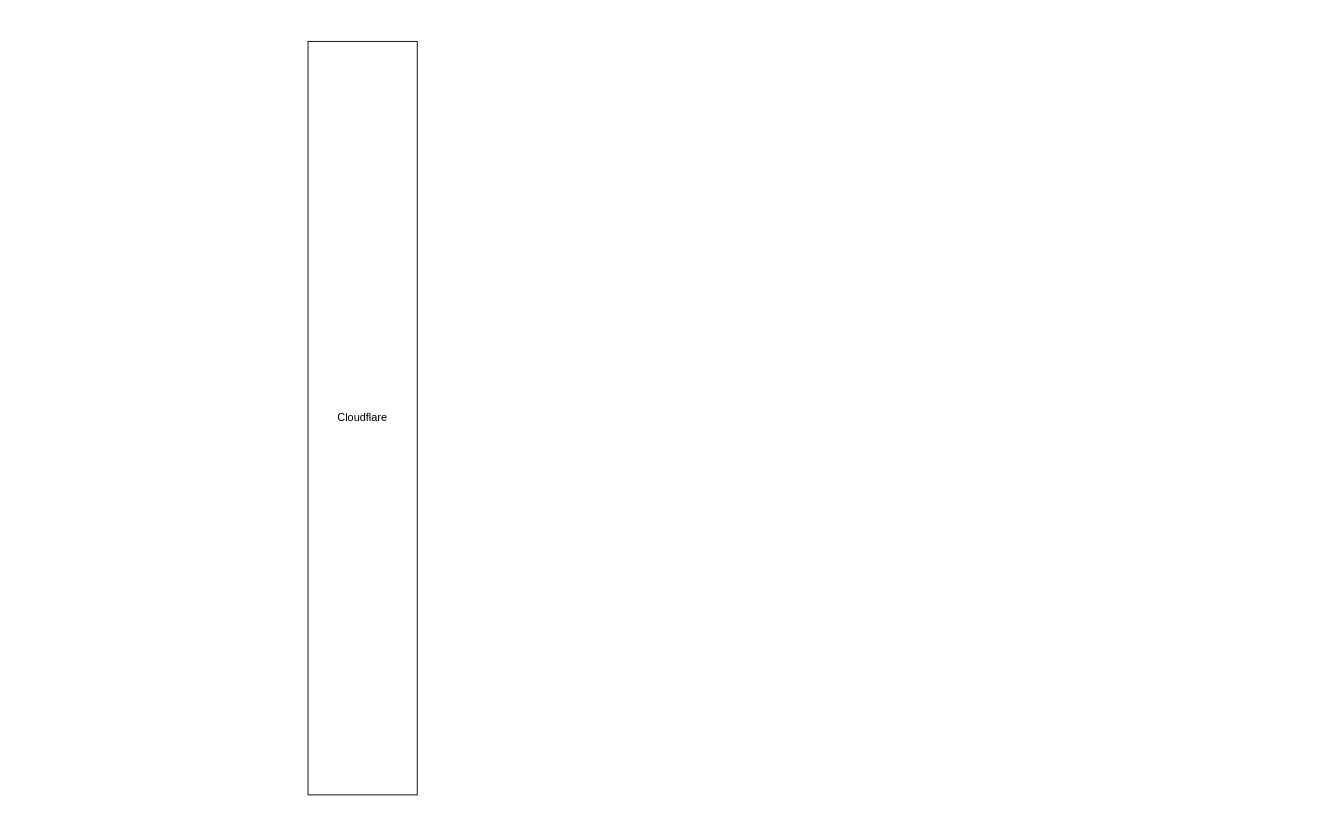
The draw.io diagram 琴花鯖構成図.drawio in GOTOUMA-KAKERU/gimoron, before the edit. Source tidied: cells renumbered, new cells numbered last; positions are measured from the earlier drawing's top-left corner, leaving out a move shared by most shapes. Both pictures are drawn from the tidied source at 91%, with x=0, y=0 at pixel (308, 41). Pictures stored in the file or linked from it are replaced by grey dashed boxes.
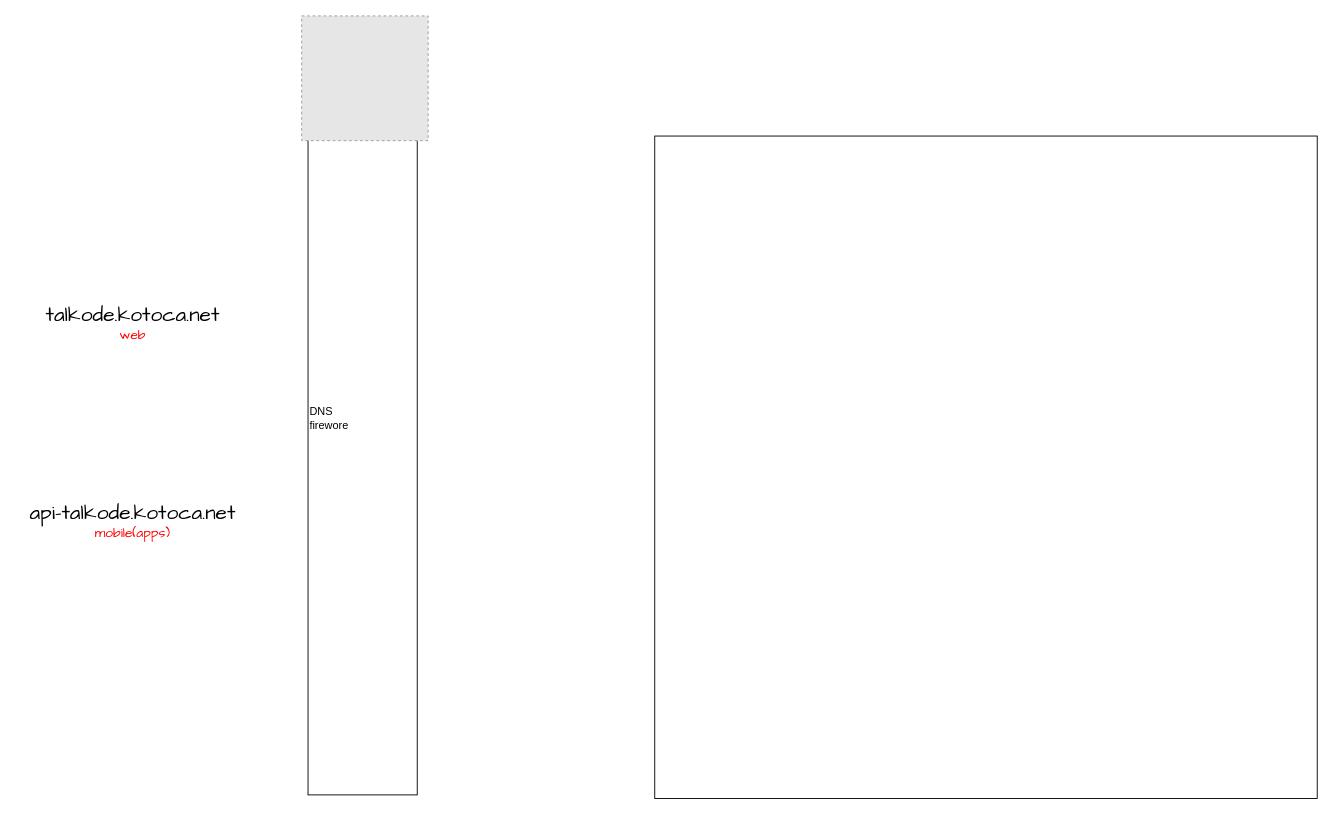
The same page after the edit.

Commit message:
琴花鯖構成図.drawio を更新します

The edit, as a diff of the source:
```diff
@@
 <mxGraphModel>
   <root>
     <mxCell id="0" />
     <mxCell id="1" parent="0" />
-    <mxCell id="2" value="Cloudflare" style="whiteSpace=wrap;html=1;" parent="1" vertex="1">
+    <mxCell id="2" value="DNS&lt;div&gt;firewore&lt;/div&gt;" style="whiteSpace=wrap;html=1;align=left;" parent="1" vertex="1">
       <mxGeometry width="120" height="828" as="geometry" />
     </mxCell>
+    <mxCell id="3" style="fillColor=#E6E6E6;strokeColor=#999999;dashed=1;verticalLabelPosition=bottom;labelBackgroundColor=default;verticalAlign=top;" parent="1" vertex="1">
+      <mxGeometry x="-7" y="-28" width="139" height="137.1" as="geometry" />
+    </mxCell>
+    <mxCell id="4" value="&lt;font face=&quot;Comic Sans MS&quot; style=&quot;font-size: 23px;&quot;&gt;talkode.kotoca.net&lt;/font&gt;&lt;div&gt;&lt;font color=&quot;#ff0000&quot; style=&quot;font-size: 15px;&quot; face=&quot;Comic Sans MS&quot;&gt;web&lt;/font&gt;&lt;/div&gt;" style="text;html=1;align=center;verticalAlign=middle;strokeColor=none;fillColor=none;" parent="1" vertex="1">
+      <mxGeometry x="-301" y="281" width="216" height="58" as="geometry" />
+    </mxCell>
+    <mxCell id="5" value="&lt;font face=&quot;Comic Sans MS&quot; style=&quot;font-size: 23px;&quot;&gt;api-talkode.kotoca.net&lt;/font&gt;&lt;div&gt;&lt;font face=&quot;Comic Sans MS&quot; color=&quot;#ff0000&quot;&gt;&lt;span style=&quot;font-size: 15px;&quot;&gt;mobile(apps)&lt;/span&gt;&lt;/font&gt;&lt;/div&gt;" style="text;html=1;align=center;verticalAlign=middle;strokeColor=none;fillColor=none;" parent="1" vertex="1">
+      <mxGeometry x="-321" y="498" width="256" height="58" as="geometry" />
+    </mxCell>
+    <mxCell id="6" style="whiteSpace=wrap;html=1;" parent="1" vertex="1">
+      <mxGeometry x="381" y="104" width="728" height="728" as="geometry" />
+    </mxCell>
   </root>
 </mxGraphModel>
```
